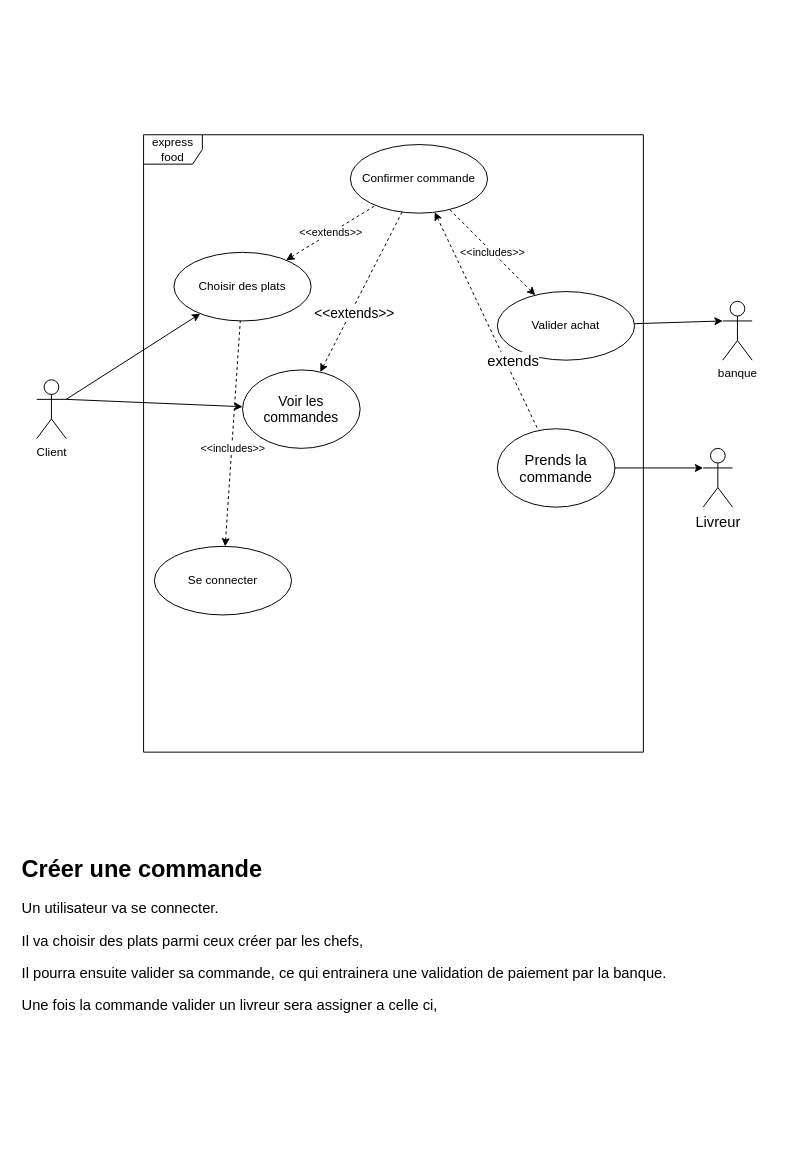
Above: page "Use case" (1 of 2) of creer_commande.drawio in sebastien-deren/projet_4 (draw.io), before the change. Source tidied: cells renumbered, new cells numbered last; positions are measured from the earlier drawing's top-left corner, leaving out a move shared by most shapes. Both pictures are drawn from the tidied source at 98%, with x=0, y=0 at pixel (17, 134).
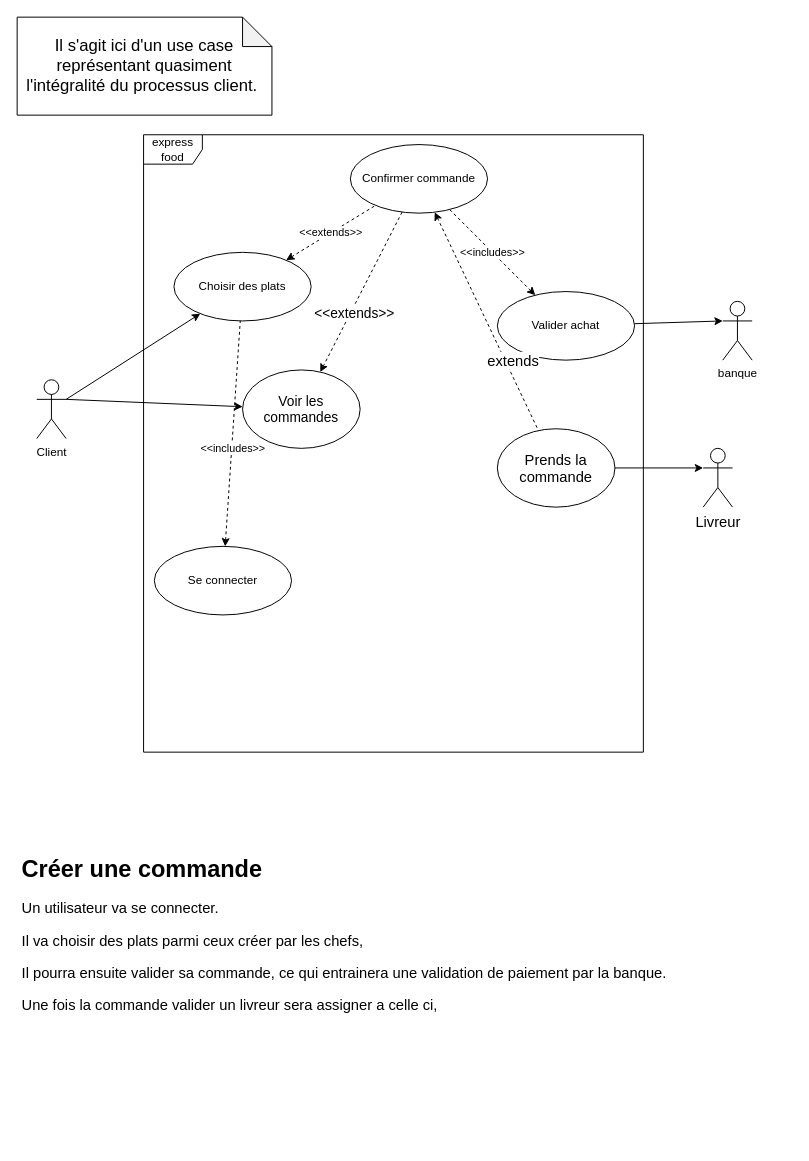
After the change.

What changed in the source:
```diff
@@
+    <mxCell id="24" value="Il s'agit ici d'un use case représentant quasiment l'intégralité du processus client.&amp;nbsp;" style="shape=note;whiteSpace=wrap;html=1;backgroundOutline=1;darkOpacity=0.05;fontSize=17;" parent="1" vertex="1">
+      <mxGeometry y="-120" width="260" height="100" as="geometry" />
+    </mxCell>
```
